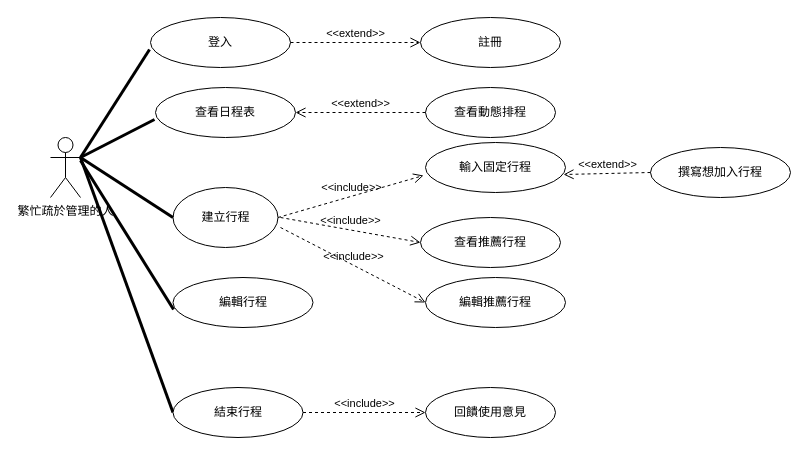
Above: 使用個案圖.drawio in Kevincheng0804/Graduation-Topic (draw.io), before the change. Source tidied: cells renumbered, new cells numbered last; positions are measured from the earlier drawing's top-left corner, leaving out a move shared by most shapes. Both pictures are drawn from the tidied source at 100%, with x=0, y=0 at pixel (50, 17).
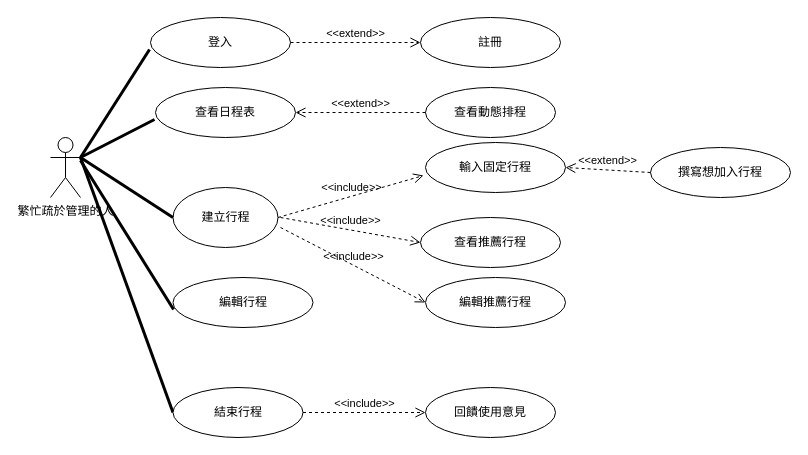
After the change.

Commit message:
更新使用個案圖.drawio

The change refers to these unchanged cells:
```xml
<mxCell id="9" value="撰寫想加入行程" style="ellipse;html=1;whiteSpace=wrap;" parent="1" vertex="1">
  <mxGeometry x="600" y="130" width="140" height="50" as="geometry" />
</mxCell>
<mxCell id="10" value="輸入固定行程" style="ellipse;html=1;whiteSpace=wrap;" parent="1" vertex="1">
  <mxGeometry x="375" y="125" width="140" height="50" as="geometry" />
</mxCell>
```

The edit, as a diff of the source:
```diff
@@
-    <mxCell id="26" value="&amp;lt;&amp;lt;extend&amp;gt;&amp;gt;" style="endArrow=open;startArrow=none;endFill=0;startFill=0;endSize=8;html=1;verticalAlign=bottom;dashed=1;labelBackgroundColor=none;rounded=0;entryX=0.986;entryY=0.64;entryDx=0;entryDy=0;exitX=0;exitY=0.5;exitDx=0;exitDy=0;entryPerimeter=0;" parent="1" edge="1" source="9" target="10">
+    <mxCell id="26" value="&amp;lt;&amp;lt;extend&amp;gt;&amp;gt;" style="endArrow=open;startArrow=none;endFill=0;startFill=0;endSize=8;html=1;verticalAlign=bottom;dashed=1;labelBackgroundColor=none;rounded=0;entryX=1;entryY=0.5;entryDx=0;entryDy=0;exitX=0;exitY=0.5;exitDx=0;exitDy=0;" parent="1" edge="1" source="9" target="10">
       <mxGeometry relative="1" as="geometry" />
     </mxCell>
```
